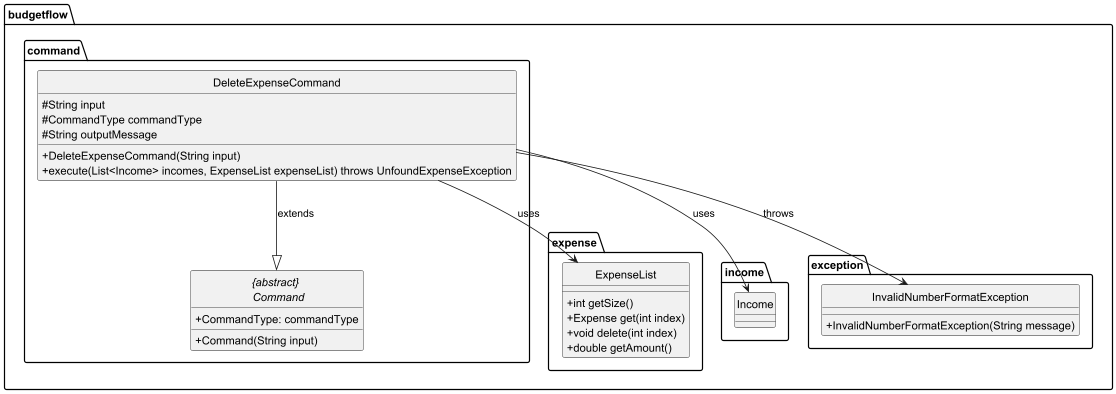
thienkimtranhoang/tp keeps this PlantUML diagram as docs/diagrams/DeleteExpenseCommandClass.png. Above is the earlier version.
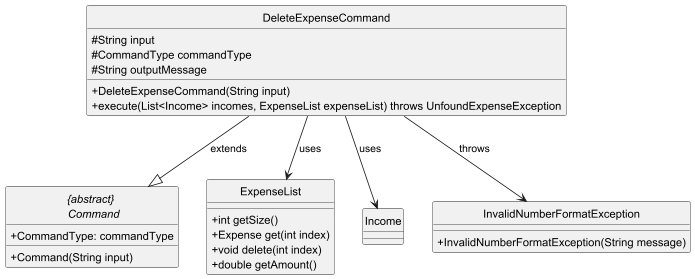
After the commit.

Commit message:
update class diagrams to include less irrelevant details about packages

Change to the diagram source:
```diff
@@ -3,7 +3,7 @@
 hide circle
 skinparam classAttributeIconSize 0
 
-package budgetflow.command {
+
     class DeleteExpenseCommand {
         # String input
         # CommandType commandType
@@ -15,23 +15,23 @@
         + CommandType: commandType
         + Command(String input)
     }
-}
 
-package budgetflow.expense {
+
+
     class ExpenseList {
         + int getSize()
         + Expense get(int index)
         + void delete(int index)
         + double getAmount()
     }
-}
 
-class budgetflow.income.Income {
+
+class Income {
 
 }
 
 
-class budgetflow.exception.InvalidNumberFormatException {
+class InvalidNumberFormatException {
     + InvalidNumberFormatException(String message)
 }
 
```
